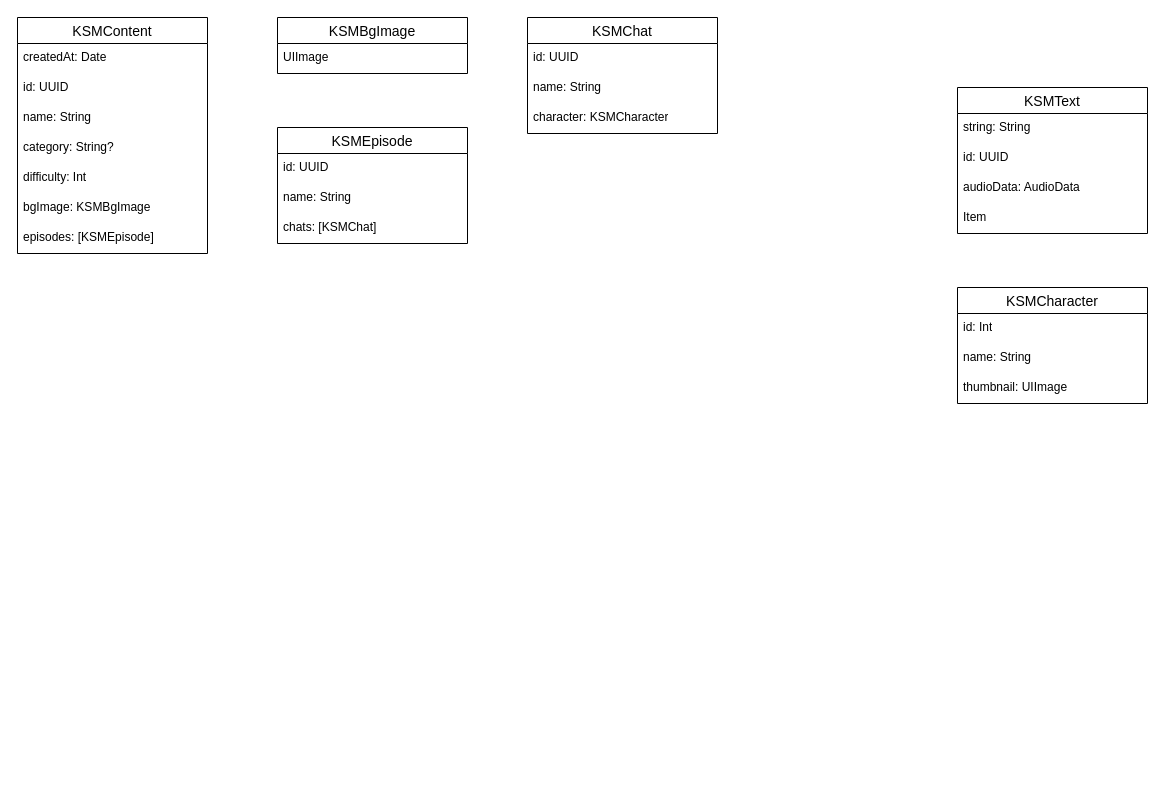
pearl7721User1/DrawIOs keeps this draw.io diagram as ksm.drawio. Above is the earlier version. Source tidied: cells renumbered, new cells numbered last; positions are measured from the earlier drawing's top-left corner, leaving out a move shared by most shapes. Both pictures are drawn from the tidied source at 100%, with x=0, y=0 at pixel (17, 17).
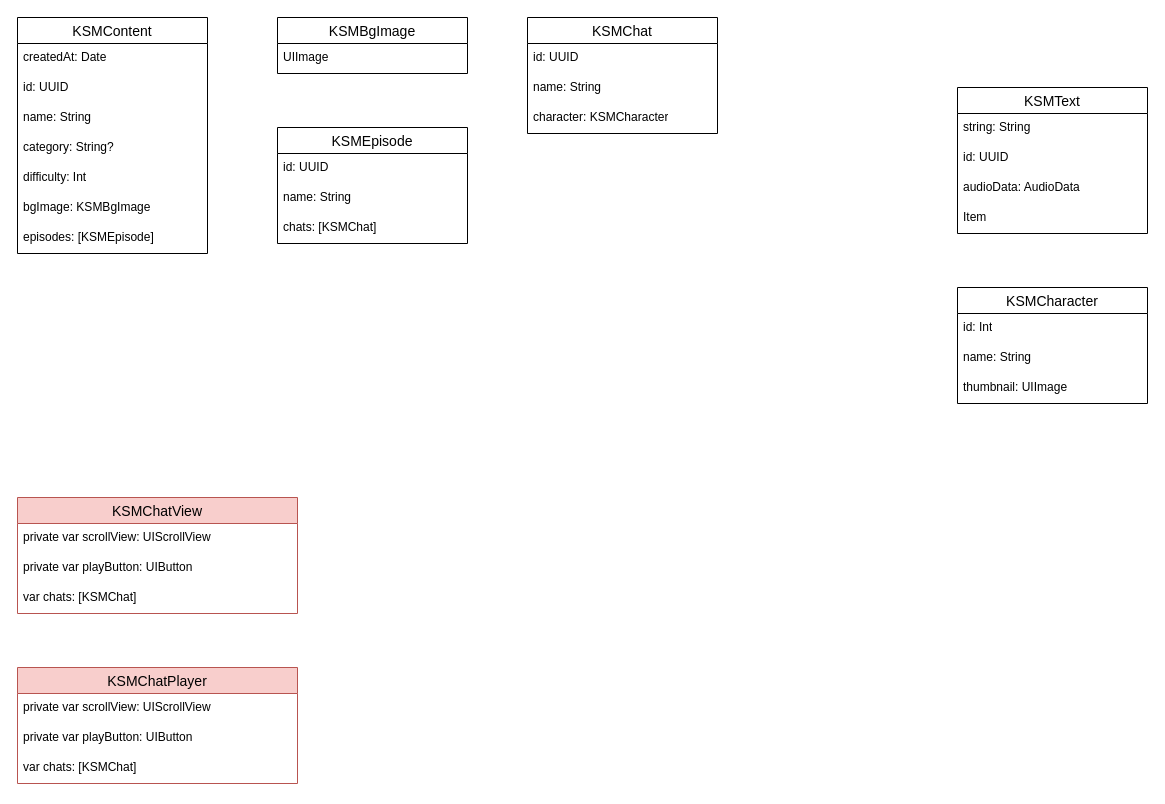
The same page after the edit.

The edit, as a diff of the source:
```diff
@@
+    <mxCell id="29" value="KSMChatView" style="swimlane;fontStyle=0;horizontal=1;startSize=26;align=center;fontSize=14;fillColor=#f8cecc;strokeColor=#b85450;" parent="1" vertex="1">
+      <mxGeometry y="480" width="280" height="116" as="geometry" />
+    </mxCell>
+    <mxCell id="30" value="private var scrollView: UIScrollView" style="text;strokeColor=none;fillColor=none;spacingLeft=4;spacingRight=4;overflow=hidden;fontSize=12;whiteSpace=wrap;html=1;" parent="29" vertex="1">
+      <mxGeometry y="26" width="280" height="30" as="geometry" />
+    </mxCell>
+    <mxCell id="31" value="private var playButton: UIButton" style="text;strokeColor=none;fillColor=none;spacingLeft=4;spacingRight=4;overflow=hidden;fontSize=12;whiteSpace=wrap;html=1;" parent="29" vertex="1">
+      <mxGeometry y="56" width="280" height="30" as="geometry" />
+    </mxCell>
+    <mxCell id="32" value="var chats: [KSMChat]" style="text;strokeColor=none;fillColor=none;spacingLeft=4;spacingRight=4;overflow=hidden;fontSize=12;whiteSpace=wrap;html=1;" parent="29" vertex="1">
+      <mxGeometry y="86" width="280" height="30" as="geometry" />
+    </mxCell>
+    <mxCell id="33" value="KSMChatPlayer" style="swimlane;fontStyle=0;horizontal=1;startSize=26;align=center;fontSize=14;fillColor=#f8cecc;strokeColor=#b85450;" parent="1" vertex="1">
+      <mxGeometry y="650" width="280" height="116" as="geometry" />
+    </mxCell>
+    <mxCell id="34" value="private var scrollView: UIScrollView" style="text;strokeColor=none;fillColor=none;spacingLeft=4;spacingRight=4;overflow=hidden;fontSize=12;whiteSpace=wrap;html=1;" parent="33" vertex="1">
+      <mxGeometry y="26" width="280" height="30" as="geometry" />
+    </mxCell>
+    <mxCell id="35" value="private var playButton: UIButton" style="text;strokeColor=none;fillColor=none;spacingLeft=4;spacingRight=4;overflow=hidden;fontSize=12;whiteSpace=wrap;html=1;" parent="33" vertex="1">
+      <mxGeometry y="56" width="280" height="30" as="geometry" />
+    </mxCell>
+    <mxCell id="36" value="var chats: [KSMChat]" style="text;strokeColor=none;fillColor=none;spacingLeft=4;spacingRight=4;overflow=hidden;fontSize=12;whiteSpace=wrap;html=1;" parent="33" vertex="1">
+      <mxGeometry y="86" width="280" height="30" as="geometry" />
+    </mxCell>
```
